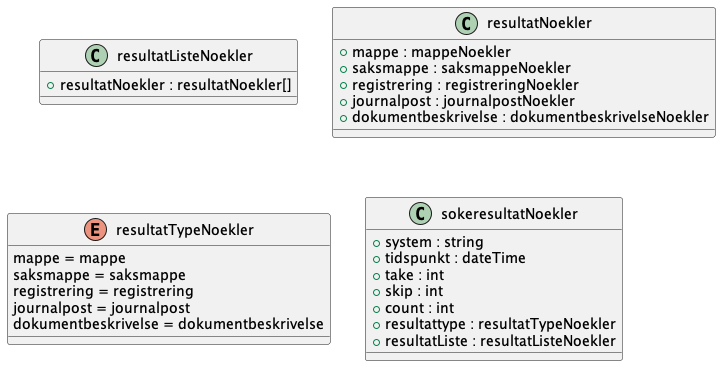
The PlantUML diagram Dokumentasjon/V1/SchemaModels/no/ks/fiks/arkiv/v1/innsyn/sok/resultat/noekler.png in ks-no/fiks-arkiv-specification, before a commit. Its diagram source:
```plantuml
@startuml

class resultatListeNoekler {
    +resultatNoekler : resultatNoekler[]
}
class resultatNoekler {
    +mappe : mappeNoekler
    +saksmappe : saksmappeNoekler
    +registrering : registreringNoekler
    +journalpost : journalpostNoekler
    +dokumentbeskrivelse : dokumentbeskrivelseNoekler
}
enum resultatTypeNoekler {
    mappe = mappe
    saksmappe = saksmappe
    registrering = registrering
    journalpost = journalpost
    dokumentbeskrivelse = dokumentbeskrivelse
}
class sokeresultatNoekler {
    +system : string
    +tidspunkt : dateTime
    +take : int
    +skip : int
    +count : int
    +resultattype : resultatTypeNoekler
    +resultatListe : resultatListeNoekler
}

@enduml
```
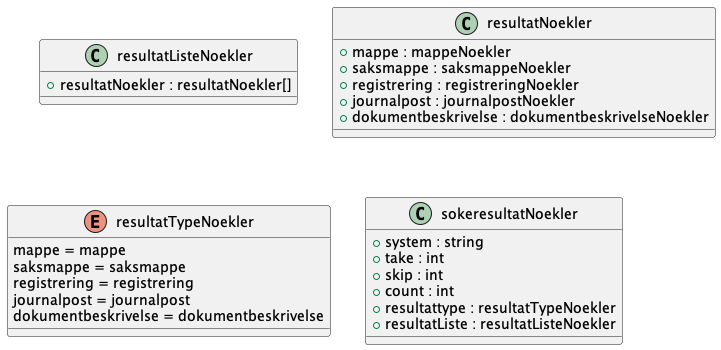
After the commit.

Diff of the diagram source:
```diff
@@ -19,7 +19,6 @@
 }
 class sokeresultatNoekler {
     +system : string
-    +tidspunkt : dateTime
     +take : int
     +skip : int
     +count : int
```
